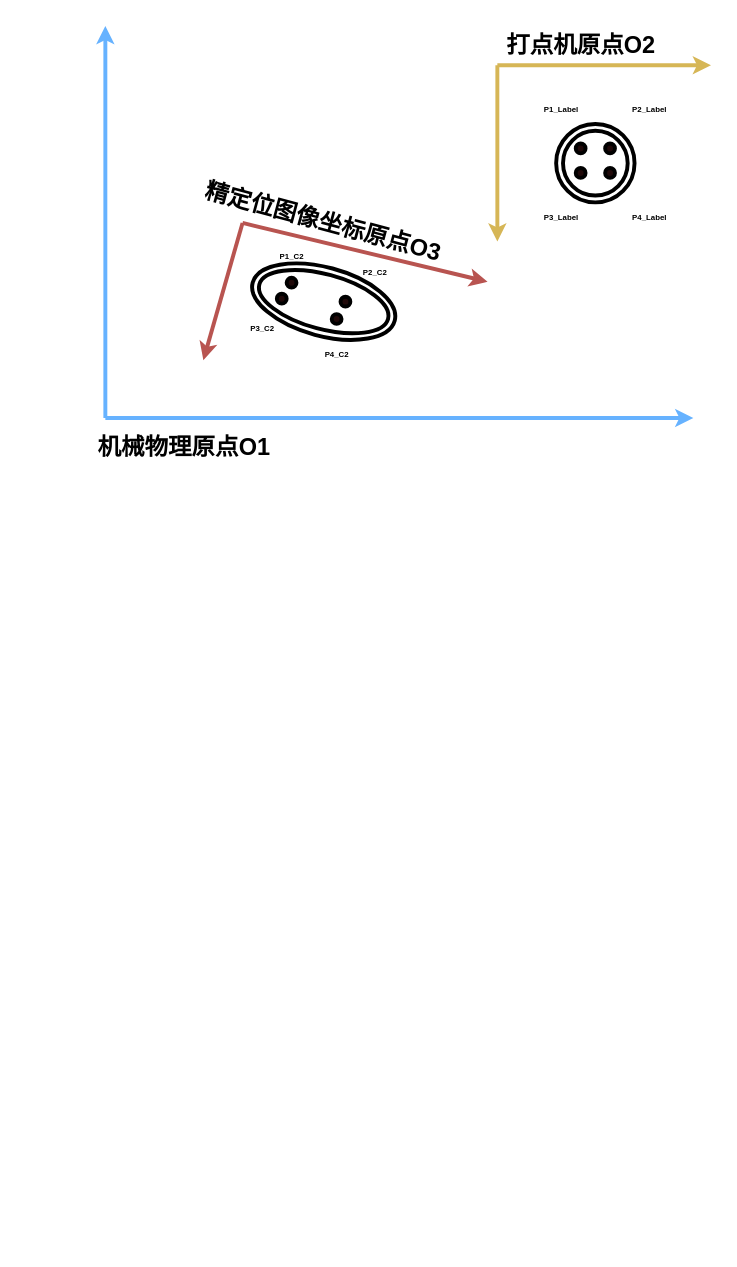
This is page "第 5 页" (5 of 7) of drawio/wafer.drawio from Guyiguang/-DrawIO, a draw.io file, before an edit. Source tidied: cells renumbered, new cells numbered last; positions are measured from the earlier drawing's top-left corner, leaving out a move shared by most shapes. Both pictures are drawn from the tidied source at 98%, with x=0, y=0 at pixel (85, 25).
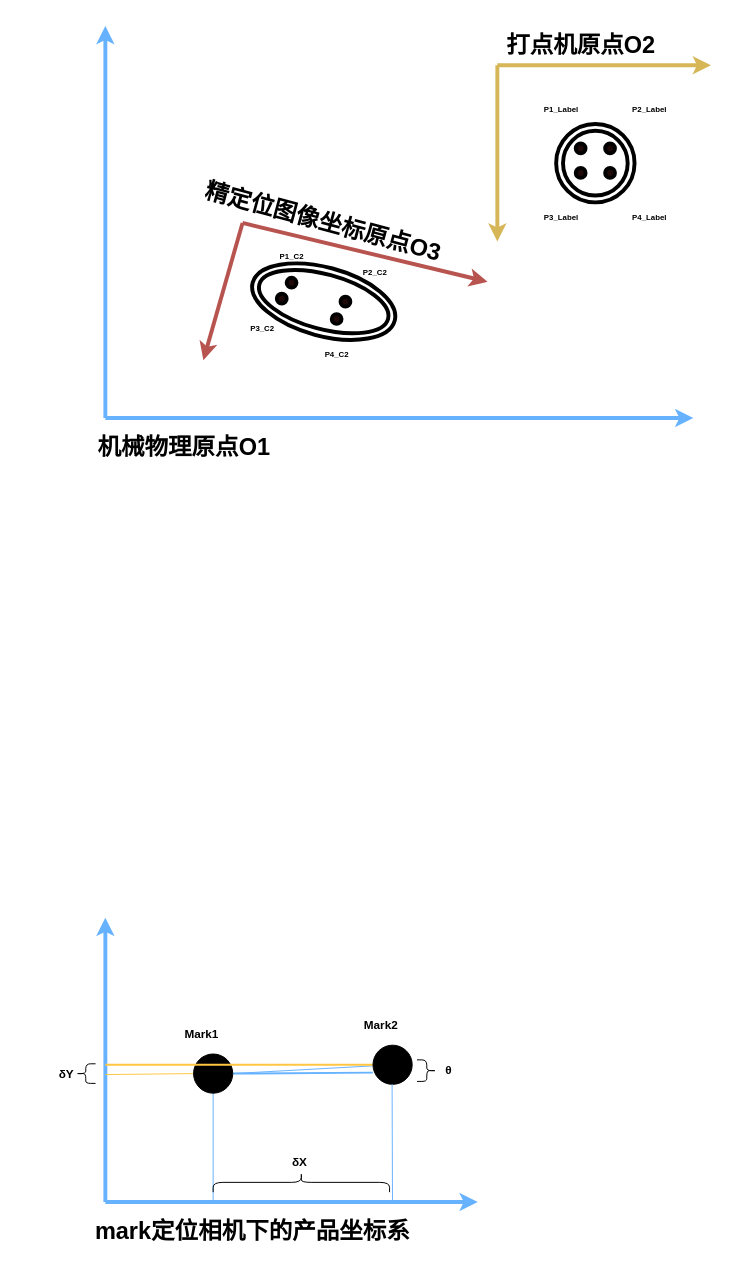
Above is the later version.

The edit, as a diff of the source:
```diff
@@
+    <mxCell id="29" style="endArrow=classic;html=1;rounded=0;strokeColor=#66B2FF;strokeWidth=4;" parent="1" edge="1">
+      <mxGeometry relative="1" as="geometry">
+        <mxPoint x="20" y="1200" as="sourcePoint" />
+        <mxPoint x="20" y="910" as="targetPoint" />
+      </mxGeometry>
+    </mxCell>
+    <mxCell id="30" style="endArrow=classic;html=1;rounded=0;strokeColor=#66B2FF;strokeWidth=4;" parent="1" edge="1">
+      <mxGeometry relative="1" as="geometry">
+        <mxPoint x="20" y="1200" as="sourcePoint" />
+        <mxPoint x="400" y="1200" as="targetPoint" />
+      </mxGeometry>
+    </mxCell>
+    <mxCell id="31" value="mark定位相机下的产品坐标系" style="text;strokeColor=none;fillColor=none;html=1;fontSize=24;fontStyle=1;verticalAlign=middle;align=center;" parent="1" vertex="1">
+      <mxGeometry x="70" y="1210" width="200" height="40" as="geometry" />
+    </mxCell>
+    <mxCell id="32" style="edgeStyle=none;rounded=0;jettySize=auto;html=1;exitX=0.5;exitY=1;exitDx=0;exitDy=0;strokeColor=#66B2FF;strokeWidth=1;fontSize=12;endArrow=none;endFill=0;" parent="1" edge="1" source="36">
+      <mxGeometry relative="1" as="geometry">
+        <mxPoint x="130" y="1200" as="targetPoint" />
+      </mxGeometry>
+    </mxCell>
+    <mxCell id="33" style="edgeStyle=none;rounded=0;jettySize=auto;html=1;exitX=0;exitY=0.5;exitDx=0;exitDy=0;strokeColor=#FFC642;strokeWidth=1;fontSize=12;endArrow=none;endFill=0;" parent="1" edge="1" source="36">
+      <mxGeometry relative="1" as="geometry">
+        <mxPoint x="20" y="1070" as="targetPoint" />
+      </mxGeometry>
+    </mxCell>
+    <mxCell id="34" style="edgeStyle=none;rounded=0;jettySize=auto;html=1;exitX=1;exitY=0.5;exitDx=0;exitDy=0;strokeColor=#66B2FF;strokeWidth=1;fontSize=12;endArrow=none;endFill=0;" parent="1" edge="1" source="36" target="39">
+      <mxGeometry relative="1" as="geometry" />
+    </mxCell>
+    <mxCell id="35" style="edgeStyle=none;rounded=0;jettySize=auto;html=1;exitX=1;exitY=0.5;exitDx=0;exitDy=0;entryX=-0.004;entryY=0.7;entryDx=0;entryDy=0;entryPerimeter=0;strokeColor=#66B2FF;strokeWidth=2;fontSize=12;endArrow=none;endFill=0;" parent="1" edge="1" source="36" target="39">
+      <mxGeometry relative="1" as="geometry" />
+    </mxCell>
+    <mxCell id="36" style="ellipse;whiteSpace=wrap;html=1;strokeWidth=1;fontSize=12;fillColor=#000000;" parent="1" vertex="1">
+      <mxGeometry x="110" y="1049" width="40" height="40" as="geometry" />
+    </mxCell>
+    <mxCell id="37" value="Mark1" style="text;strokeColor=none;fillColor=none;html=1;fontSize=12;fontStyle=1;verticalAlign=middle;align=center;" parent="1" vertex="1">
+      <mxGeometry x="67.8" y="1009" width="100" height="40" as="geometry" />
+    </mxCell>
+    <mxCell id="38" style="edgeStyle=none;rounded=0;jettySize=auto;html=1;exitX=0;exitY=0.5;exitDx=0;exitDy=0;strokeColor=#FFC642;strokeWidth=2;fontSize=12;endArrow=none;endFill=0;" parent="1" edge="1" source="39">
+      <mxGeometry relative="1" as="geometry">
+        <mxPoint x="20" y="1060" as="targetPoint" />
+      </mxGeometry>
+    </mxCell>
+    <mxCell id="39" style="ellipse;whiteSpace=wrap;html=1;strokeWidth=1;fontSize=12;fillColor=#000000;" parent="1" vertex="1">
+      <mxGeometry x="293.1" y="1040" width="40" height="40" as="geometry" />
+    </mxCell>
+    <mxCell id="40" value="Mark2" style="text;strokeColor=none;fillColor=none;html=1;fontSize=12;fontStyle=1;verticalAlign=middle;align=center;" parent="1" vertex="1">
+      <mxGeometry x="251" y="1000" width="100" height="40" as="geometry" />
+    </mxCell>
+    <mxCell id="41" style="edgeStyle=none;rounded=0;orthogonalLoop=1;jettySize=auto;html=1;exitX=0.5;exitY=1;exitDx=0;exitDy=0;strokeColor=#66B2FF;strokeWidth=1;fontSize=12;endArrow=none;endFill=0;" parent="1" edge="1">
+      <mxGeometry relative="1" as="geometry">
+        <mxPoint x="312.6" y="1080" as="sourcePoint" />
+        <mxPoint x="313" y="1200" as="targetPoint" />
+      </mxGeometry>
+    </mxCell>
+    <mxCell id="42" value="δX" style="text;strokeColor=none;fillColor=none;html=1;fontSize=12;fontStyle=1;verticalAlign=middle;align=center;" parent="1" vertex="1">
+      <mxGeometry x="167.8" y="1140" width="100" height="40" as="geometry" />
+    </mxCell>
+    <mxCell id="43" style="shape=curlyBracket;whiteSpace=wrap;html=1;rounded=1;flipH=1;labelPosition=right;verticalLabelPosition=middle;align=left;verticalAlign=middle;strokeWidth=1;fontSize=12;fillColor=#000000;rotation=-90;" parent="1" vertex="1">
+      <mxGeometry x="210" y="1090" width="20" height="180" as="geometry" />
+    </mxCell>
+    <mxCell id="44" style="shape=curlyBracket;whiteSpace=wrap;html=1;rounded=1;labelPosition=left;verticalLabelPosition=middle;align=right;verticalAlign=middle;strokeWidth=1;fontSize=12;fillColor=#000000;" parent="1" vertex="1">
+      <mxGeometry x="-10" y="1059" width="20" height="20" as="geometry" />
+    </mxCell>
+    <mxCell id="45" value="δY" style="text;strokeColor=none;fillColor=none;html=1;fontSize=12;fontStyle=1;verticalAlign=middle;align=center;" parent="1" vertex="1">
+      <mxGeometry x="-70" y="1050" width="100" height="40" as="geometry" />
+    </mxCell>
+    <mxCell id="46" style="shape=curlyBracket;whiteSpace=wrap;html=1;rounded=1;flipH=1;labelPosition=right;verticalLabelPosition=middle;align=left;verticalAlign=middle;strokeWidth=1;fontSize=12;fillColor=#000000;" parent="1" vertex="1">
+      <mxGeometry x="338" y="1055" width="20" height="22" as="geometry" />
+    </mxCell>
+    <mxCell id="47" value="θ" style="text;strokeColor=none;fillColor=none;html=1;fontSize=12;fontStyle=1;verticalAlign=middle;align=center;" parent="1" vertex="1">
+      <mxGeometry x="320.1" y="1046" width="100" height="40" as="geometry" />
+    </mxCell>
```
